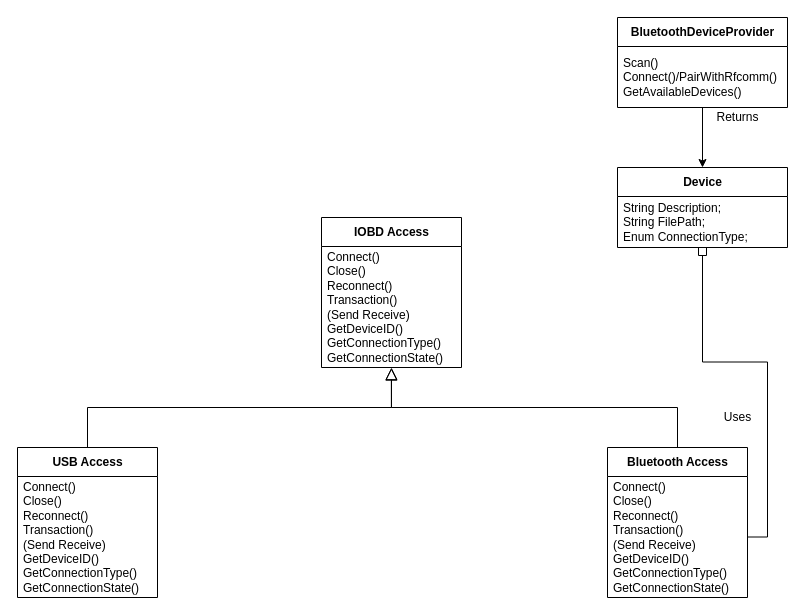
The draw.io diagram page "ObdAccess" (2 of 7) of Documentation/Fluffy dashboard architecture.drawio in avatarp/fluffy-dashboard, before the edit. Source tidied: cells renumbered, new cells numbered last; positions are measured from the earlier drawing's top-left corner, leaving out a move shared by most shapes. Both pictures are drawn from the tidied source at 100%, with x=0, y=0 at pixel (17, 17).
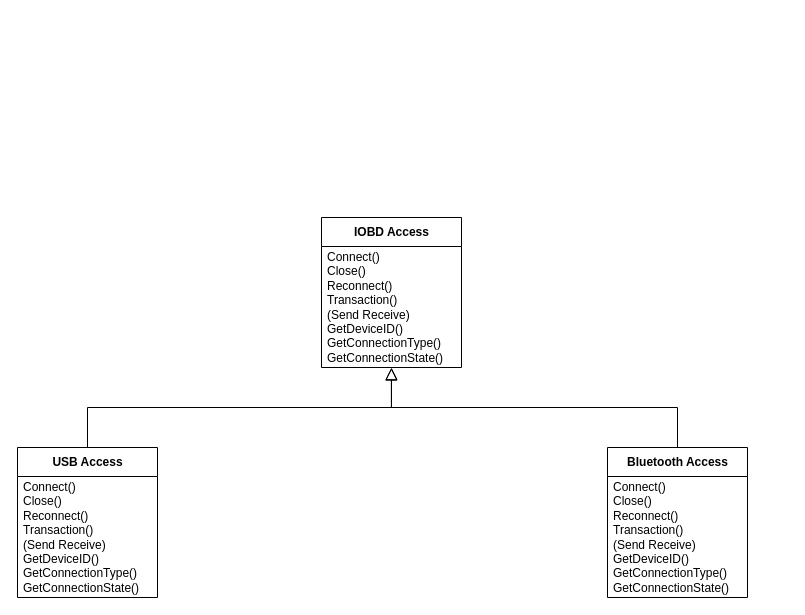
Above is the later version.

The edit, as a diff of the source:
```diff
@@
 <mxGraphModel>
   <root>
     <mxCell id="0" />
     <mxCell id="1" parent="0" />
     <mxCell id="2" style="edgeStyle=orthogonalEdgeStyle;rounded=0;jettySize=auto;html=1;startArrow=block;startFill=0;endArrow=none;endFill=0;startSize=10;entryX=0.5;entryY=0;entryDx=0;entryDy=0;exitX=0.499;exitY=1.005;exitDx=0;exitDy=0;exitPerimeter=0;" parent="1" edge="1" source="5" target="8">
       <mxGeometry relative="1" as="geometry" />
     </mxCell>
     <mxCell id="3" style="edgeStyle=orthogonalEdgeStyle;rounded=0;jettySize=auto;html=1;startArrow=block;startFill=0;endArrow=none;endFill=0;startSize=10;entryX=0.5;entryY=0;entryDx=0;entryDy=0;exitX=0.5;exitY=1;exitDx=0;exitDy=0;exitPerimeter=0;" parent="1" edge="1" source="5" target="6">
       <mxGeometry relative="1" as="geometry" />
     </mxCell>
     <mxCell id="4" value="IOBD Access" style="swimlane;fontStyle=1;align=center;verticalAlign=middle;horizontal=1;startSize=29;html=1;" parent="1" vertex="1">
       <mxGeometry x="304" y="200" width="140" height="150" as="geometry" />
     </mxCell>
     <mxCell id="5" value="&lt;div&gt;&lt;span&gt;Connect()&lt;/span&gt;&lt;br&gt;&lt;/div&gt;&lt;div&gt;Close()&lt;/div&gt;&lt;div&gt;Reconnect()&lt;/div&gt;&lt;div&gt;Transaction()&lt;br&gt;&lt;/div&gt;&lt;div&gt;(Send Receive)&lt;br&gt;&lt;/div&gt;&lt;div&gt;GetDeviceID()&lt;/div&gt;&lt;div&gt;GetConnectionType()&lt;/div&gt;&lt;div&gt;GetConnectionState()&lt;/div&gt;" style="text;html=1;strokeColor=none;fillColor=none;align=left;verticalAlign=middle;spacingLeft=4;spacingRight=4;overflow=hidden;points=[[0,0.5],[1,0.5]];portConstraint=eastwest;" parent="4" vertex="1">
       <mxGeometry y="29" width="140" height="121" as="geometry" />
     </mxCell>
     <mxCell id="6" value="USB Access" style="swimlane;fontStyle=1;align=center;verticalAlign=middle;horizontal=1;startSize=29;html=1;" parent="1" vertex="1">
       <mxGeometry y="430" width="140" height="150" as="geometry" />
     </mxCell>
     <mxCell id="7" value="&lt;div&gt;&lt;span&gt;Connect()&lt;/span&gt;&lt;br&gt;&lt;/div&gt;&lt;div&gt;Close()&lt;/div&gt;&lt;div&gt;Reconnect()&lt;/div&gt;&lt;div&gt;Transaction()&lt;br&gt;&lt;/div&gt;&lt;div&gt;(Send Receive)&lt;br&gt;&lt;/div&gt;&lt;div&gt;GetDeviceID()&lt;/div&gt;&lt;div&gt;GetConnectionType()&lt;/div&gt;&lt;div&gt;GetConnectionState()&lt;/div&gt;" style="text;html=1;strokeColor=none;fillColor=none;align=left;verticalAlign=middle;spacingLeft=4;spacingRight=4;overflow=hidden;" parent="6" vertex="1">
       <mxGeometry y="29" width="140" height="121" as="geometry" />
     </mxCell>
     <mxCell id="8" value="Bluetooth Access" style="swimlane;fontStyle=1;align=center;verticalAlign=middle;horizontal=1;startSize=29;html=1;" parent="1" vertex="1">
       <mxGeometry x="590" y="430" width="140" height="150" as="geometry" />
     </mxCell>
     <mxCell id="9" value="&lt;div&gt;&lt;span&gt;Connect()&lt;/span&gt;&lt;br&gt;&lt;/div&gt;&lt;div&gt;Close()&lt;/div&gt;&lt;div&gt;Reconnect()&lt;/div&gt;&lt;div&gt;Transaction()&lt;br&gt;&lt;/div&gt;&lt;div&gt;(Send Receive)&lt;br&gt;&lt;/div&gt;&lt;div&gt;GetDeviceID()&lt;/div&gt;&lt;div&gt;GetConnectionType()&lt;/div&gt;&lt;div&gt;GetConnectionState()&lt;/div&gt;" style="text;html=1;strokeColor=none;fillColor=none;align=left;verticalAlign=middle;spacingLeft=4;spacingRight=4;overflow=hidden;points=[[0,0.5],[1,0.5]];portConstraint=eastwest;" parent="8" vertex="1">
       <mxGeometry y="29" width="140" height="121" as="geometry" />
     </mxCell>
-    <mxCell id="10" style="edgeStyle=orthogonalEdgeStyle;rounded=0;jettySize=auto;html=1;" parent="1" edge="1" source="11" target="14">
-      <mxGeometry relative="1" as="geometry" />
+    <mxCell id="10" style="edgeStyle=orthogonalEdgeStyle;rounded=0;orthogonalLoop=1;jettySize=auto;html=1;" parent="1" edge="1">
+      <mxGeometry relative="1" as="geometry">
+        <mxPoint x="685" y="90" as="sourcePoint" />
+      </mxGeometry>
     </mxCell>
-    <mxCell id="11" value="BluetoothDeviceProvider" style="swimlane;fontStyle=1;align=center;verticalAlign=middle;horizontal=1;startSize=29;html=1;" parent="1" vertex="1">
-      <mxGeometry x="600" width="170" height="90" as="geometry" />
-    </mxCell>
-    <mxCell id="12" value="&lt;div&gt;Scan()&lt;/div&gt;&lt;div&gt;Connect()/PairWithRfcomm()&lt;/div&gt;&lt;div&gt;GetAvailableDevices()&lt;/div&gt;" style="text;html=1;strokeColor=none;fillColor=none;align=left;verticalAlign=middle;spacingLeft=4;spacingRight=4;overflow=hidden;" parent="11" vertex="1">
-      <mxGeometry y="29" width="170" height="61" as="geometry" />
-    </mxCell>
-    <mxCell id="13" style="edgeStyle=orthogonalEdgeStyle;rounded=0;jettySize=auto;html=1;entryX=1;entryY=0.5;entryDx=0;entryDy=0;endArrow=none;endFill=0;startArrow=box;startFill=0;" parent="1" edge="1" source="14" target="9">
-      <mxGeometry relative="1" as="geometry" />
-    </mxCell>
-    <mxCell id="14" value="Device" style="swimlane;fontStyle=1;align=center;verticalAlign=middle;horizontal=1;startSize=29;html=1;" parent="1" vertex="1">
-      <mxGeometry x="600" y="150" width="170" height="80" as="geometry" />
-    </mxCell>
-    <mxCell id="15" value="String Description;&lt;br&gt;String FilePath;&lt;br&gt;Enum ConnectionType;" style="text;html=1;strokeColor=none;fillColor=none;align=left;verticalAlign=middle;spacingLeft=4;spacingRight=4;overflow=hidden;" parent="14" vertex="1">
-      <mxGeometry y="29" width="170" height="51" as="geometry" />
-    </mxCell>
-    <mxCell id="16" value="Returns" style="text;html=1;align=center;verticalAlign=middle;strokeColor=none;fillColor=none;" parent="1" vertex="1">
-      <mxGeometry x="690" y="90" width="60" height="20" as="geometry" />
-    </mxCell>
-    <mxCell id="17" value="Uses" style="text;html=1;align=center;verticalAlign=middle;strokeColor=none;fillColor=none;" parent="1" vertex="1">
-      <mxGeometry x="700" y="390" width="40" height="20" as="geometry" />
-    </mxCell>
   </root>
 </mxGraphModel>
```
